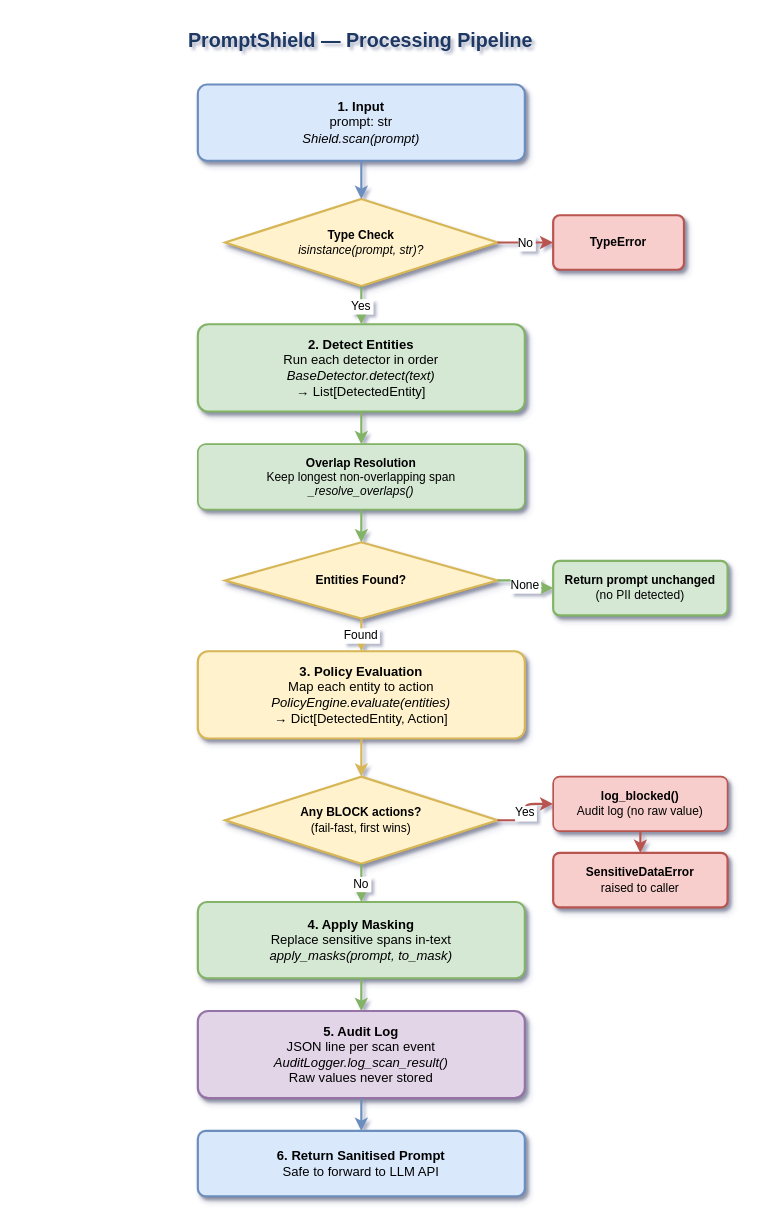
Before: docs/diagrams/processing-pipeline.drawio in total-tensor-lab/PromptVeil, a draw.io diagram. Source tidied: cells renumbered, new cells numbered last; positions are measured from the earlier drawing's top-left corner, leaving out a move shared by most shapes. Both pictures are drawn from the tidied source at 109%, with x=0, y=0 at pixel (19, 19).
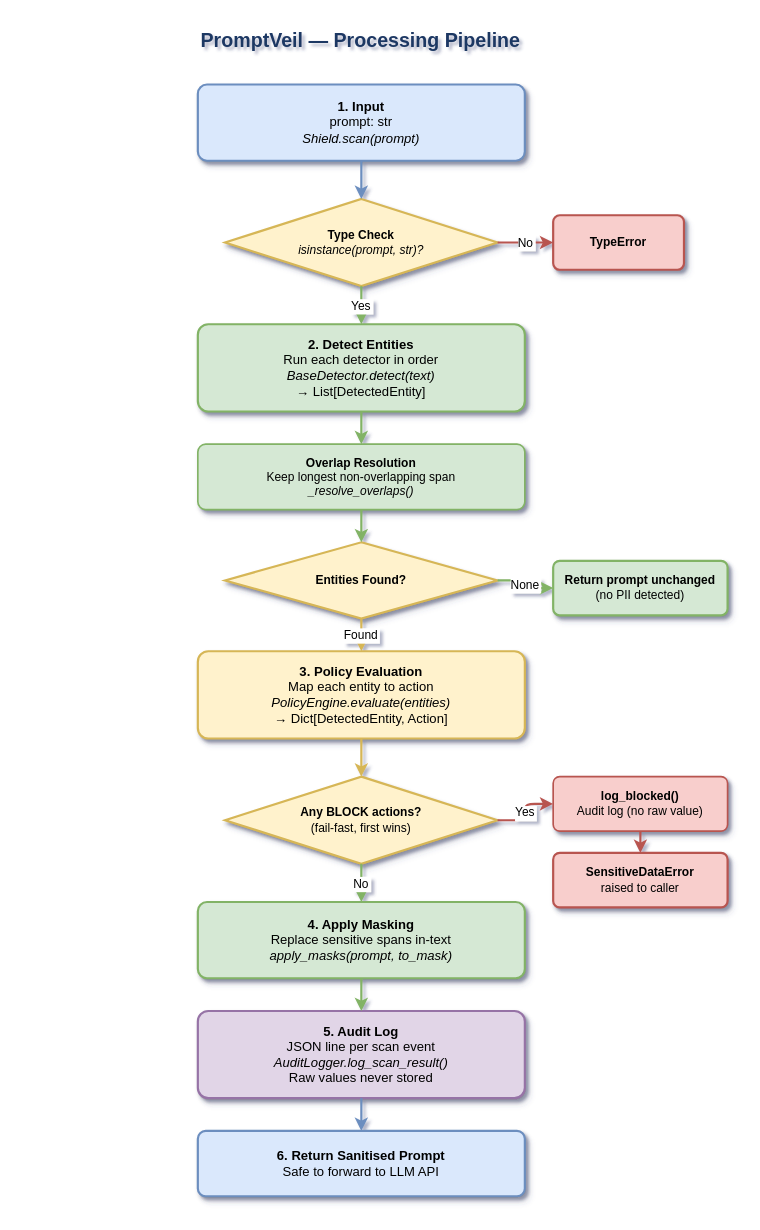
Above is the later version.

Diff of the diagram source:
```diff
@@
-    <mxCell id="2" value="PromptShield — Processing Pipeline" style="text;html=1;strokeColor=none;fillColor=none;align=center;verticalAlign=middle;whiteSpace=wrap;rounded=0;fontSize=18;fontStyle=1;fontColor=#1F3864;" parent="1" vertex="1">
+    <mxCell id="2" value="PromptVeil — Processing Pipeline" style="text;html=1;strokeColor=none;fillColor=none;align=center;verticalAlign=middle;whiteSpace=wrap;rounded=0;fontSize=18;fontStyle=1;fontColor=#1F3864;" parent="1" vertex="1">
       <mxGeometry width="627" height="40" as="geometry" />
     </mxCell>
```
